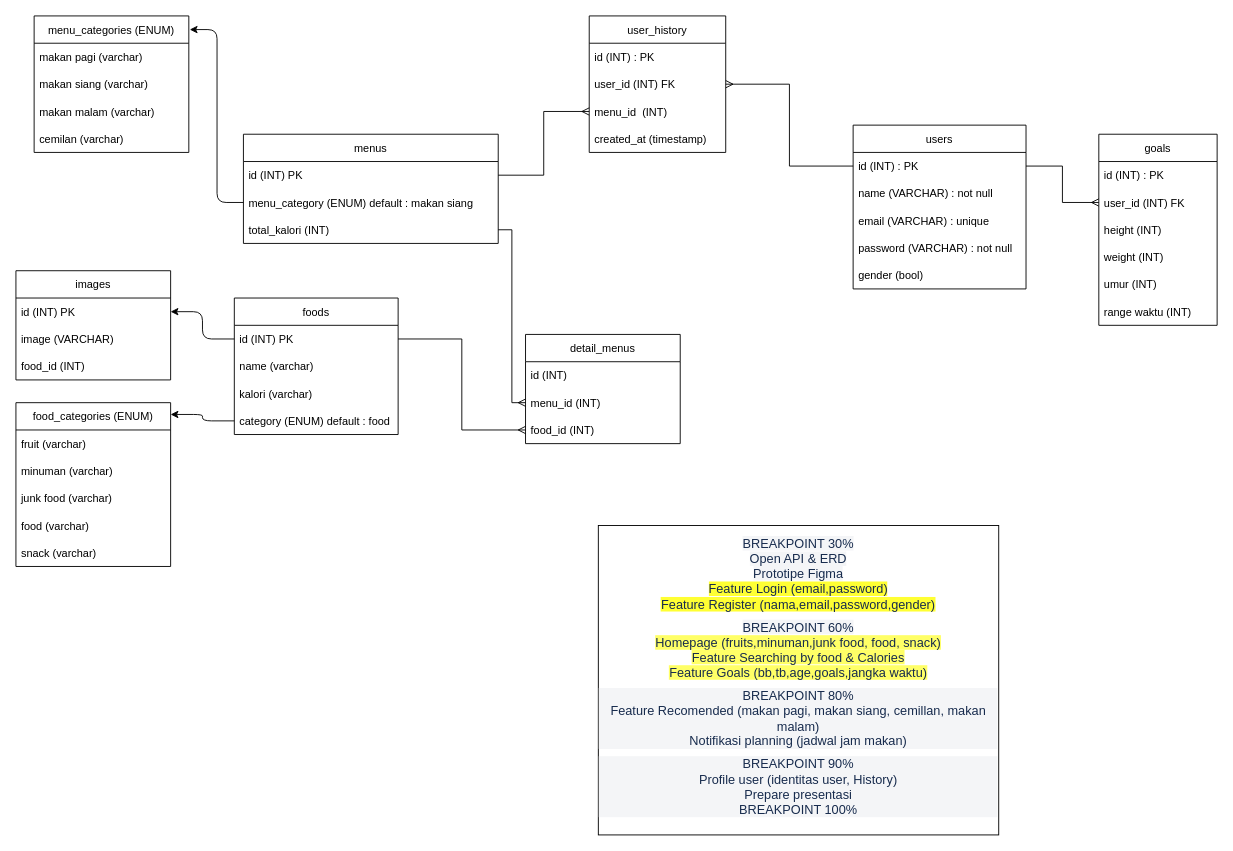
Earlier version of the draw.io diagram concepts/erd/ERD.drawio (FINAL-PROJECT-ALTA/BE). Source tidied: cells renumbered, new cells numbered last; positions are measured from the earlier drawing's top-left corner, leaving out a move shared by most shapes. Both pictures are drawn from the tidied source at 91%, with x=0, y=0 at pixel (15, 15).
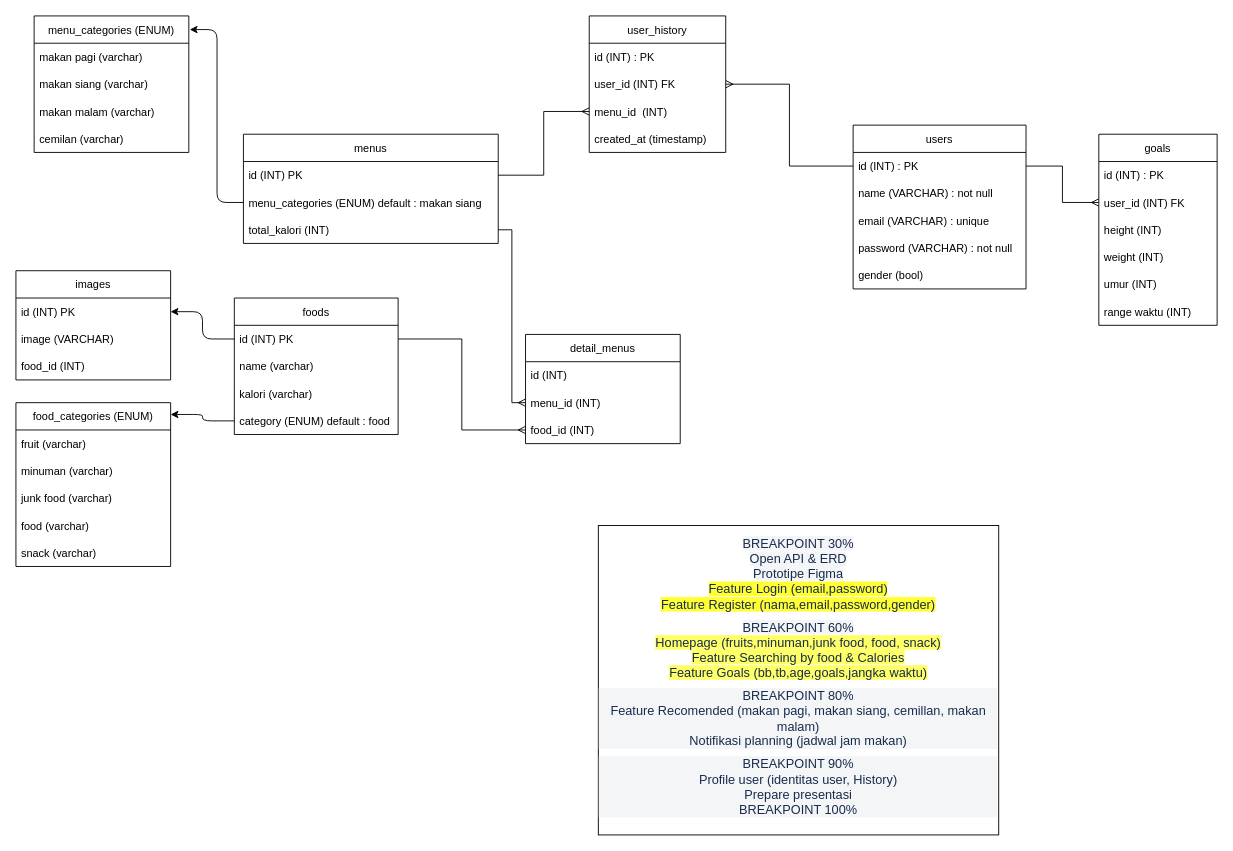
The same diagram, later.

Unchanged cells that the change refers to:
```xml
<mxCell id="26" value="menus" style="swimlane;fontStyle=0;horizontal=1;startSize=30;" parent="1" vertex="1">
  <mxGeometry x="250" y="130" width="280" height="120" as="geometry" />
</mxCell>
```

What changed in the source:
```diff
@@
-    <mxCell id="28" value="menu_category (ENUM) default : makan siang" style="text;strokeColor=none;fillColor=none;align=left;verticalAlign=middle;spacingLeft=4;spacingRight=4;overflow=hidden;points=[[0,0.5],[1,0.5]];portConstraint=eastwest;" parent="26" vertex="1">
+    <mxCell id="28" value="menu_categories (ENUM) default : makan siang" style="text;strokeColor=none;fillColor=none;align=left;verticalAlign=middle;spacingLeft=4;spacingRight=4;overflow=hidden;points=[[0,0.5],[1,0.5]];portConstraint=eastwest;" parent="26" vertex="1">
       <mxGeometry y="60" width="280" height="30" as="geometry" />
     </mxCell>
```
